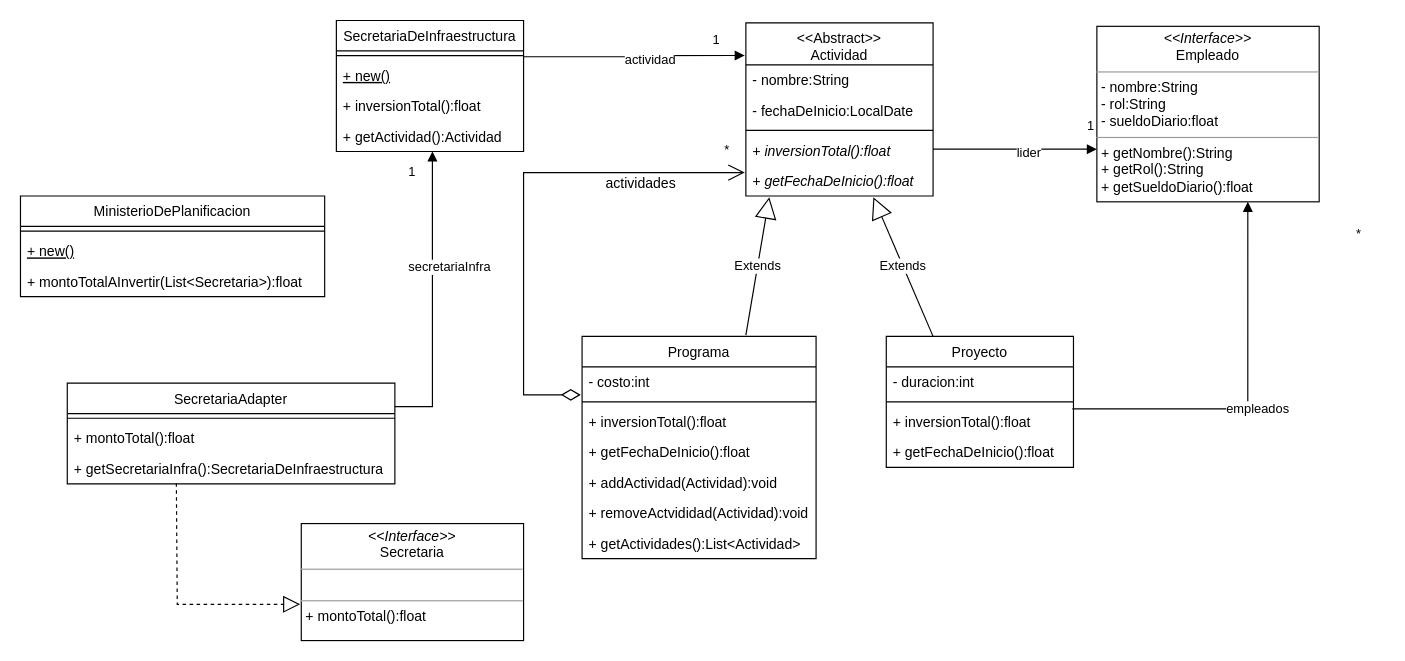
nhubczyk/Diagramas-UML keeps this draw.io diagram as unq-po2-1erParcial-2022-Secretarias.drawio. Above is the earlier version. Source tidied: cells renumbered, new cells numbered last; positions are measured from the earlier drawing's top-left corner, leaving out a move shared by most shapes. Both pictures are drawn from the tidied source at 117%, with x=0, y=0 at pixel (20, 20).
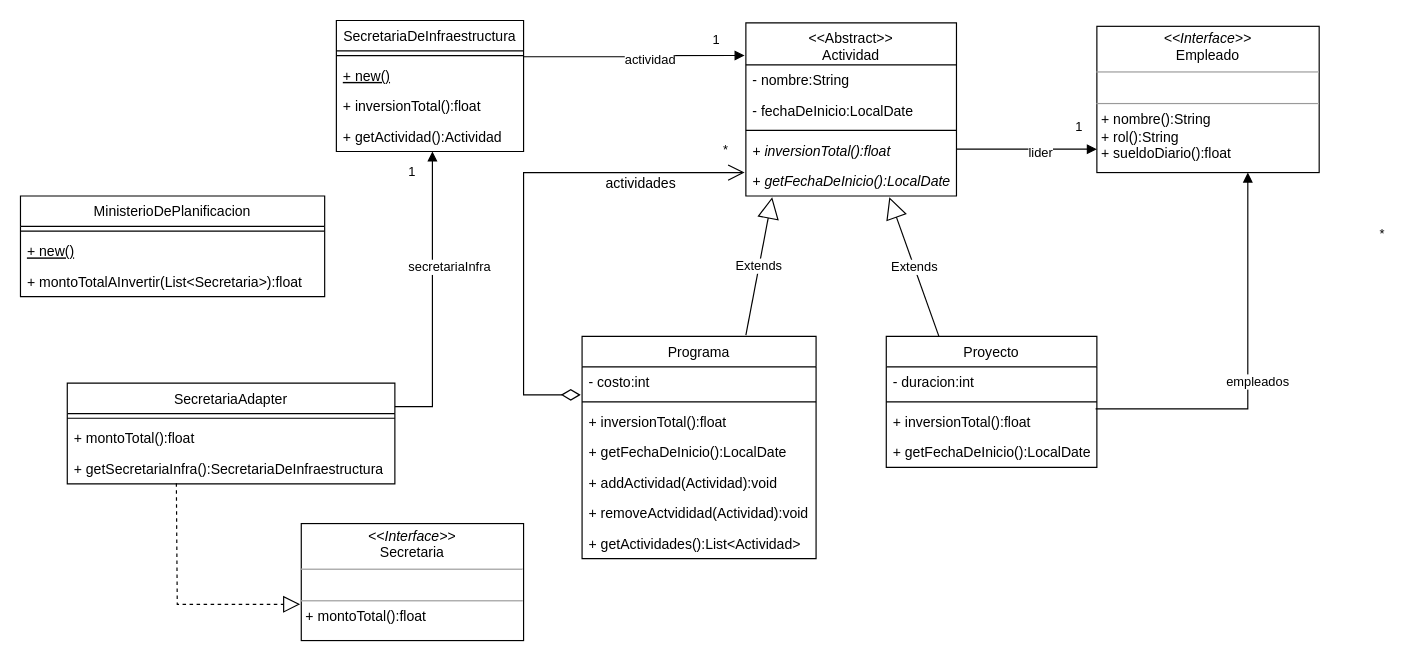
The same diagram, later.

The change refers to these unchanged cells:
```xml
<mxCell id="10" value="Programa" style="swimlane;fontStyle=0;align=center;verticalAlign=top;horizontal=1;startSize=26;" parent="1" vertex="1">
  <mxGeometry x="480" y="270" width="200" height="190" as="geometry" />
</mxCell>
```

Diff of the diagram source:
```diff
@@
     <mxCell id="2" value="Proyecto" style="swimlane;fontStyle=0;align=center;verticalAlign=top;horizontal=1;startSize=26;" parent="1" vertex="1">
-      <mxGeometry x="740" y="270" width="160" height="112" as="geometry" />
+      <mxGeometry x="740" y="270" width="180" height="112" as="geometry" />
     </mxCell>
     <mxCell id="3" value="- duracion:int" style="text;strokeColor=none;fillColor=none;align=left;verticalAlign=top;spacingLeft=4;spacingRight=4;overflow=hidden;" parent="2" vertex="1">
-      <mxGeometry y="26" width="160" height="26" as="geometry" />
+      <mxGeometry y="26" width="180" height="26" as="geometry" />
     </mxCell>
     <mxCell id="4" style="line;strokeWidth=1;fillColor=none;align=left;verticalAlign=middle;spacingTop=-1;spacingLeft=3;spacingRight=3;labelPosition=right;strokeColor=inherit;" parent="2" vertex="1">
-      <mxGeometry y="52" width="160" height="8" as="geometry" />
+      <mxGeometry y="52" width="180" height="8" as="geometry" />
     </mxCell>
     <mxCell id="5" value="+ inversionTotal():float" style="text;strokeColor=none;fillColor=none;align=left;verticalAlign=top;spacingLeft=4;spacingRight=4;overflow=hidden;points=[[0,0.5],[1,0.5]];portConstraint=eastwest;" parent="2" vertex="1">
-      <mxGeometry y="60" width="160" height="26" as="geometry" />
+      <mxGeometry y="60" width="180" height="26" as="geometry" />
     </mxCell>
-    <mxCell id="6" value="+ getFechaDeInicio():float" style="text;strokeColor=none;fillColor=none;align=left;verticalAlign=top;spacingLeft=4;spacingRight=4;overflow=hidden;fontStyle=0;" parent="2" vertex="1">
-      <mxGeometry y="86" width="160" height="26" as="geometry" />
+    <mxCell id="6" value="+ getFechaDeInicio():LocalDate" style="text;strokeColor=none;fillColor=none;align=left;verticalAlign=top;spacingLeft=4;spacingRight=4;overflow=hidden;fontStyle=0;" parent="2" vertex="1">
+      <mxGeometry y="86" width="180" height="26" as="geometry" />
     </mxCell>
-    <mxCell id="7" value="&lt;p style=&quot;margin:0px;margin-top:4px;text-align:center;&quot;&gt;&lt;i&gt;&amp;lt;&amp;lt;Interface&amp;gt;&amp;gt;&lt;/i&gt;&lt;br&gt;Empleado&lt;/p&gt;&lt;hr size=&quot;1&quot;&gt;&lt;p style=&quot;margin:0px;margin-left:4px;&quot;&gt;- nombre:String&lt;/p&gt;&lt;p style=&quot;margin:0px;margin-left:4px;&quot;&gt;- rol:String&lt;/p&gt;&lt;p style=&quot;margin:0px;margin-left:4px;&quot;&gt;- sueldoDiario:float&lt;/p&gt;&lt;hr size=&quot;1&quot;&gt;&lt;p style=&quot;margin:0px;margin-left:4px;&quot;&gt;+ getNombre():String&lt;/p&gt;&lt;p style=&quot;margin:0px;margin-left:4px;&quot;&gt;+ getRol():String&lt;/p&gt;&lt;p style=&quot;margin:0px;margin-left:4px;&quot;&gt;+ getSueldoDiario():float&lt;/p&gt;" style="verticalAlign=top;align=left;overflow=fill;fontSize=12;fontFamily=Helvetica;html=1;" parent="1" vertex="1">
-      <mxGeometry x="920" y="5" width="190" height="150" as="geometry" />
+    <mxCell id="7" value="&lt;p style=&quot;margin:0px;margin-top:4px;text-align:center;&quot;&gt;&lt;i&gt;&amp;lt;&amp;lt;Interface&amp;gt;&amp;gt;&lt;/i&gt;&lt;br&gt;Empleado&lt;/p&gt;&lt;hr size=&quot;1&quot;&gt;&lt;p style=&quot;margin:0px;margin-left:4px;&quot;&gt;&lt;br&gt;&lt;/p&gt;&lt;hr size=&quot;1&quot;&gt;&lt;p style=&quot;margin:0px;margin-left:4px;&quot;&gt;+ nombre():String&lt;/p&gt;&lt;p style=&quot;margin:0px;margin-left:4px;&quot;&gt;+ rol():String&lt;/p&gt;&lt;p style=&quot;margin:0px;margin-left:4px;&quot;&gt;+ sueldoDiario():float&lt;/p&gt;" style="verticalAlign=top;align=left;overflow=fill;fontSize=12;fontFamily=Helvetica;html=1;" parent="1" vertex="1">
+      <mxGeometry x="920" y="5" width="190" height="125" as="geometry" />
     </mxCell>
@@
-    <mxCell id="14" value="+ getFechaDeInicio():float" style="text;strokeColor=none;fillColor=none;align=left;verticalAlign=top;spacingLeft=4;spacingRight=4;overflow=hidden;fontStyle=0;" parent="10" vertex="1">
+    <mxCell id="14" value="+ getFechaDeInicio():LocalDate" style="text;strokeColor=none;fillColor=none;align=left;verticalAlign=top;spacingLeft=4;spacingRight=4;overflow=hidden;fontStyle=0;" parent="10" vertex="1">
       <mxGeometry y="86" width="200" height="26" as="geometry" />
     </mxCell>
@@
     <mxCell id="18" value="&lt;&lt;Abstract&gt;&gt;&#10;Actividad" style="swimlane;fontStyle=0;align=center;verticalAlign=top;horizontal=1;startSize=36;" parent="1" vertex="1">
-      <mxGeometry x="620" y="2" width="160" height="148" as="geometry" />
+      <mxGeometry x="620" y="2" width="180" height="148" as="geometry" />
     </mxCell>
     <mxCell id="19" value="- nombre:String" style="text;strokeColor=none;fillColor=none;align=left;verticalAlign=top;spacingLeft=4;spacingRight=4;overflow=hidden;" parent="18" vertex="1">
-      <mxGeometry y="36" width="160" height="26" as="geometry" />
+      <mxGeometry y="36" width="180" height="26" as="geometry" />
     </mxCell>
     <mxCell id="20" value="- fechaDeInicio:LocalDate" style="text;strokeColor=none;fillColor=none;align=left;verticalAlign=top;spacingLeft=4;spacingRight=4;overflow=hidden;" parent="18" vertex="1">
-      <mxGeometry y="62" width="160" height="26" as="geometry" />
+      <mxGeometry y="62" width="180" height="26" as="geometry" />
     </mxCell>
     <mxCell id="21" style="line;strokeWidth=1;fillColor=none;align=left;verticalAlign=middle;spacingTop=-1;spacingLeft=3;spacingRight=3;labelPosition=right;strokeColor=inherit;" parent="18" vertex="1">
-      <mxGeometry y="88" width="160" height="8" as="geometry" />
+      <mxGeometry y="88" width="180" height="8" as="geometry" />
     </mxCell>
     <mxCell id="22" value="+ inversionTotal():float" style="text;strokeColor=none;fillColor=none;align=left;verticalAlign=top;spacingLeft=4;spacingRight=4;overflow=hidden;fontStyle=2;" parent="18" vertex="1">
-      <mxGeometry y="96" width="160" height="26" as="geometry" />
+      <mxGeometry y="96" width="180" height="26" as="geometry" />
     </mxCell>
-    <mxCell id="23" value="+ getFechaDeInicio():float" style="text;strokeColor=none;fillColor=none;align=left;verticalAlign=top;spacingLeft=4;spacingRight=4;overflow=hidden;points=[[0,0.5],[1,0.5]];portConstraint=eastwest;fontStyle=2;" parent="18" vertex="1">
-      <mxGeometry y="122" width="160" height="26" as="geometry" />
+    <mxCell id="23" value="+ getFechaDeInicio():LocalDate" style="text;strokeColor=none;fillColor=none;align=left;verticalAlign=top;spacingLeft=4;spacingRight=4;overflow=hidden;points=[[0,0.5],[1,0.5]];portConstraint=eastwest;fontStyle=2;" parent="18" vertex="1">
+      <mxGeometry y="122" width="180" height="26" as="geometry" />
     </mxCell>
@@
     <mxCell id="28" value="lider" style="endArrow=block;endFill=1;html=1;edgeStyle=orthogonalEdgeStyle;align=left;verticalAlign=top;rounded=0;" parent="1" edge="1">
       <mxGeometry y="10" relative="1" as="geometry">
-        <mxPoint x="780" y="110" as="sourcePoint" />
+        <mxPoint x="800" y="110" as="sourcePoint" />
         <mxPoint x="920" y="110" as="targetPoint" />
       </mxGeometry>
     </mxCell>
     <mxCell id="29" value="1" style="edgeLabel;html=1;align=left;verticalAlign=bottom;" parent="28" vertex="1">
       <mxGeometry x="-1" relative="1" as="geometry">
-        <mxPoint x="130" y="-12" as="offset" />
+        <mxPoint x="100" y="-11" as="offset" />
       </mxGeometry>
     </mxCell>
```
